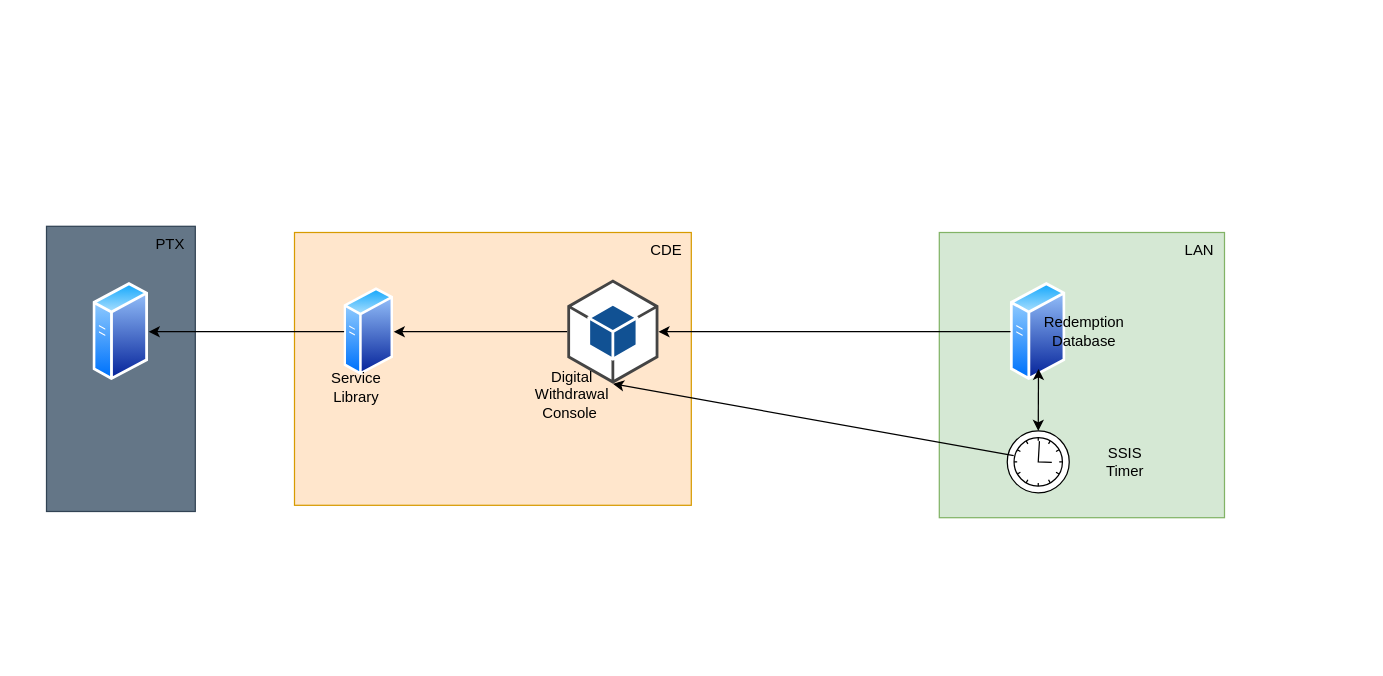
This is DigitalWithdrawalsLowLevelDiagram.drawio from mattwatts36/drawings, a draw.io file, before an edit. Source tidied: cells renumbered, new cells numbered last; positions are measured from the earlier drawing's top-left corner, leaving out a move shared by most shapes. Both pictures are drawn from the tidied source at 124%, with x=0, y=0 at pixel (46, 226).
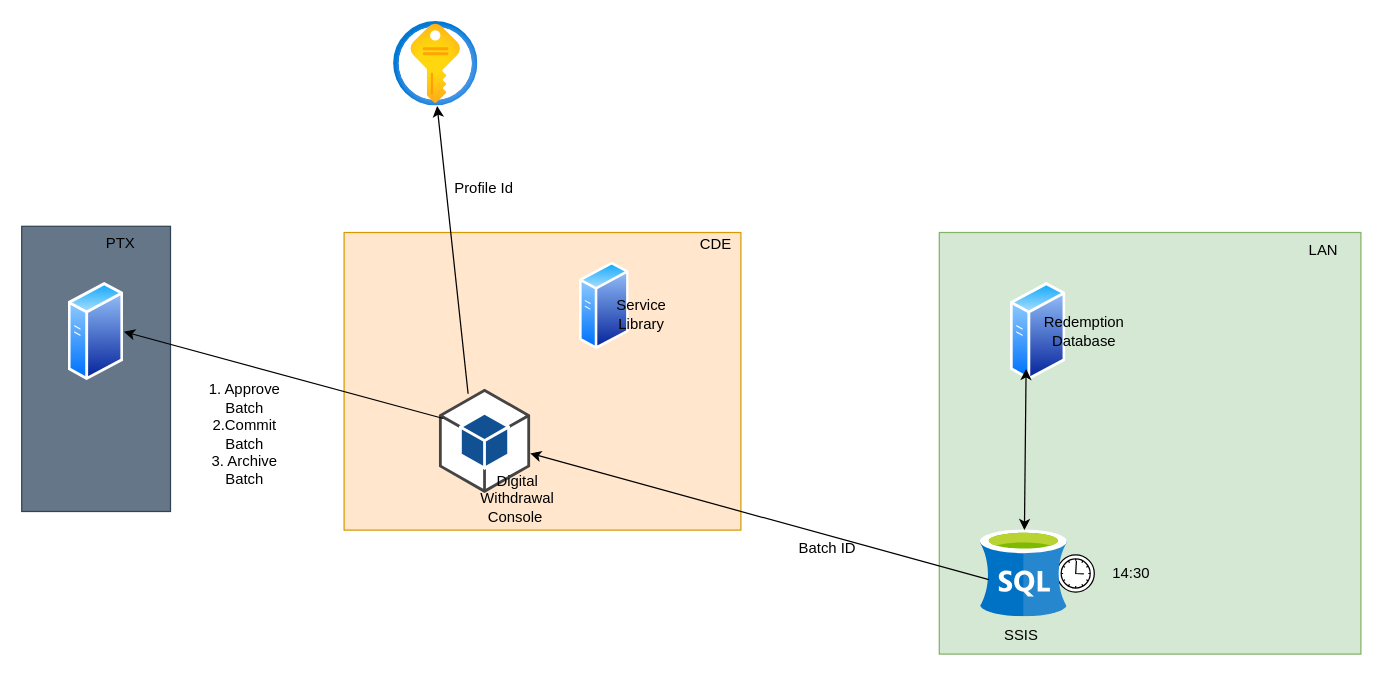
Above is the later version.

Commit message:
Added more text to labels

Unchanged cells that the change refers to:
```xml
<mxCell id="3" style="image;perimeter=ellipsePerimeter;html=1;align=center;shadow=0;dashed=0;spacingTop=3;image=img/lib/active_directory/generic_server.svg;" parent="1" vertex="1">
  <mxGeometry x="777.4" y="45" width="44.8" height="80" as="geometry" />
</mxCell>
```

What changed in the source:
```diff
@@
     <mxCell id="2" style="whiteSpace=wrap;html=1;fillColor=#d5e8d4;strokeColor=#82b366;" parent="1" vertex="1">
-      <mxGeometry x="720" y="5" width="230" height="230" as="geometry" />
+      <mxGeometry x="720" y="5" width="340" height="340" as="geometry" />
     </mxCell>
@@
     <mxCell id="4" style="points=[[0.145,0.145,0],[0.5,0,0],[0.855,0.145,0],[1,0.5,0],[0.855,0.855,0],[0.5,1,0],[0.145,0.855,0],[0,0.5,0]];shape=mxgraph.bpmn.event;html=1;verticalLabelPosition=bottom;labelBackgroundColor=#ffffff;verticalAlign=top;align=center;perimeter=ellipsePerimeter;outlineConnect=0;outline=standard;symbol=timer;" parent="1" vertex="1">
-      <mxGeometry x="774.8" y="165" width="50" height="50" as="geometry" />
+      <mxGeometry x="815" y="265" width="30" height="30" as="geometry" />
     </mxCell>
     <mxCell id="5" style="rounded=0;whiteSpace=wrap;html=1;fillColor=#ffe6cc;strokeColor=#d79b00;" parent="1" vertex="1">
-      <mxGeometry x="200" y="5" width="320" height="220" as="geometry" />
+      <mxGeometry x="240" y="5" width="320" height="240" as="geometry" />
     </mxCell>
     <mxCell id="6" style="image;perimeter=ellipsePerimeter;html=1;align=center;shadow=0;dashed=0;spacingTop=3;image=img/lib/active_directory/generic_server.svg;" parent="1" vertex="1">
-      <mxGeometry x="240" y="49.3" width="40" height="71.4" as="geometry" />
+      <mxGeometry x="430" y="28.6" width="40" height="71.4" as="geometry" />
     </mxCell>
     <mxCell id="7" style="rounded=0;whiteSpace=wrap;html=1;fillColor=#647687;fontColor=#ffffff;strokeColor=#314354;" parent="1" vertex="1">
-      <mxGeometry width="120" height="230" as="geometry" />
+      <mxGeometry x="-20" width="120" height="230" as="geometry" />
     </mxCell>
     <mxCell id="8" style="image;perimeter=ellipsePerimeter;html=1;align=center;shadow=0;dashed=0;spacingTop=3;image=img/lib/active_directory/generic_server.svg;" parent="1" vertex="1">
-      <mxGeometry x="37.6" y="45" width="44.8" height="80" as="geometry" />
+      <mxGeometry x="17.6" y="45" width="44.8" height="80" as="geometry" />
     </mxCell>
-    <mxCell id="9" style="edgeStyle=orthogonalEdgeStyle;rounded=0;jettySize=auto;html=1;" parent="1" edge="1" source="10" target="6">
-      <mxGeometry relative="1" as="geometry" />
-    </mxCell>
     <mxCell id="10" style="outlineConnect=0;dashed=0;verticalLabelPosition=bottom;verticalAlign=top;align=center;html=1;shape=mxgraph.aws3.android;fillColor=#115193;gradientColor=none;" parent="1" vertex="1">
-      <mxGeometry x="420" y="43" width="73.5" height="84" as="geometry" />
+      <mxGeometry x="316.5" y="131" width="73.5" height="84" as="geometry" />
     </mxCell>
-    <mxCell id="11" style="endArrow=classic;html=1;rounded=0;exitX=0;exitY=0.5;exitDx=0;exitDy=0;" parent="1" edge="1" source="3" target="10">
-      <mxGeometry relative="1" as="geometry" />
-    </mxCell>
-    <mxCell id="12" style="endArrow=classic;html=1;rounded=0;" parent="1" edge="1" target="8">
-      <mxGeometry relative="1" as="geometry">
-        <mxPoint x="240" y="85" as="sourcePoint" />
-      </mxGeometry>
-    </mxCell>
     <mxCell id="13" value="LAN" style="text;html=1;strokeColor=none;fillColor=none;align=center;verticalAlign=middle;whiteSpace=wrap;rounded=0;" parent="1" vertex="1">
-      <mxGeometry x="900" y="5" width="60" height="30" as="geometry" />
+      <mxGeometry x="1000" y="5" width="60" height="30" as="geometry" />
     </mxCell>
     <mxCell id="14" value="CDE" style="text;html=1;strokeColor=none;fillColor=none;align=center;verticalAlign=middle;whiteSpace=wrap;rounded=0;" parent="1" vertex="1">
-      <mxGeometry x="470" y="5" width="60" height="30" as="geometry" />
+      <mxGeometry x="510" width="60" height="30" as="geometry" />
     </mxCell>
-    <mxCell id="15" value="SSIS Timer" style="text;html=1;strokeColor=none;fillColor=none;align=center;verticalAlign=middle;whiteSpace=wrap;rounded=0;" parent="1" vertex="1">
-      <mxGeometry x="840" y="175" width="60" height="30" as="geometry" />
+    <mxCell id="15" value="SSIS&amp;nbsp;" style="text;html=1;strokeColor=none;fillColor=none;align=center;verticalAlign=middle;whiteSpace=wrap;rounded=0;" parent="1" vertex="1">
+      <mxGeometry x="758.3" y="315" width="60" height="30" as="geometry" />
     </mxCell>
     <mxCell id="16" value="PTX" style="text;html=1;strokeColor=none;fillColor=none;align=center;verticalAlign=middle;whiteSpace=wrap;rounded=0;" parent="1" vertex="1">
-      <mxGeometry x="70" width="60" height="30" as="geometry" />
+      <mxGeometry x="30" y="-1.4" width="60" height="30" as="geometry" />
     </mxCell>
-    <mxCell id="17" style="endArrow=classic;startArrow=classic;html=1;rounded=0;exitX=0.5;exitY=0;exitDx=0;exitDy=0;exitPerimeter=0;" parent="1" edge="1" source="4">
-      <mxGeometry relative="1" as="geometry">
-        <mxPoint x="800" y="115" as="targetPoint" />
-      </mxGeometry>
-    </mxCell>
-    <mxCell id="18" style="endArrow=classic;html=1;rounded=0;entryX=0.5;entryY=1;entryDx=0;entryDy=0;entryPerimeter=0;" parent="1" edge="1" target="10">
-      <mxGeometry relative="1" as="geometry">
-        <mxPoint x="780" y="185" as="sourcePoint" />
-      </mxGeometry>
-    </mxCell>
     <mxCell id="19" value="Service Library" style="text;html=1;strokeColor=none;fillColor=none;align=center;verticalAlign=middle;whiteSpace=wrap;rounded=0;" parent="1" vertex="1">
-      <mxGeometry x="220" y="115" width="60" height="30" as="geometry" />
+      <mxGeometry x="450" y="56.4" width="60" height="30" as="geometry" />
     </mxCell>
@@
     <mxCell id="21" value="Digital Withdrawal Console&amp;nbsp;" style="text;html=1;strokeColor=none;fillColor=none;align=center;verticalAlign=middle;whiteSpace=wrap;rounded=0;" parent="1" vertex="1">
-      <mxGeometry x="394" y="120.7" width="60" height="30" as="geometry" />
+      <mxGeometry x="350" y="205" width="60" height="30" as="geometry" />
     </mxCell>
+    <mxCell id="22" style="image;sketch=0;html=1;points=[];align=center;fontSize=12;image=img/lib/mscae/dep/SQL_Server_Stretch_DB.svg;" parent="1" vertex="1">
+      <mxGeometry x="753.3" y="245" width="70" height="70" as="geometry" />
+    </mxCell>
+    <mxCell id="23" style="endArrow=classic;startArrow=classic;html=1;rounded=0;" parent="1" edge="1" source="22">
+      <mxGeometry relative="1" as="geometry">
+        <mxPoint x="790" y="115" as="targetPoint" />
+      </mxGeometry>
+    </mxCell>
+    <mxCell id="24" style="endArrow=classic;html=1;rounded=0;" parent="1" edge="1" target="10">
+      <mxGeometry relative="1" as="geometry">
+        <mxPoint x="760" y="285" as="sourcePoint" />
+      </mxGeometry>
+    </mxCell>
+    <mxCell id="25" value="Batch ID" style="text;html=1;strokeColor=none;fillColor=none;align=center;verticalAlign=middle;whiteSpace=wrap;rounded=0;" parent="1" vertex="1">
+      <mxGeometry x="600" y="245" width="60" height="30" as="geometry" />
+    </mxCell>
+    <mxCell id="26" style="image;html=1;points=[];align=center;fontSize=12;image=img/lib/azure2/security/Key_Vaults.svg;" parent="1" vertex="1">
+      <mxGeometry x="280" y="-165" width="68" height="68" as="geometry" />
+    </mxCell>
+    <mxCell id="27" value="Profile Id" style="text;html=1;strokeColor=none;fillColor=none;align=center;verticalAlign=middle;whiteSpace=wrap;rounded=0;" parent="1" vertex="1">
+      <mxGeometry x="323.2" y="-45" width="60" height="30" as="geometry" />
+    </mxCell>
+    <mxCell id="28" value="14:30" style="text;html=1;strokeColor=none;fillColor=none;align=center;verticalAlign=middle;whiteSpace=wrap;rounded=0;" parent="1" vertex="1">
+      <mxGeometry x="845" y="265" width="60" height="30" as="geometry" />
+    </mxCell>
+    <mxCell id="29" style="endArrow=classic;html=1;rounded=0;entryX=1;entryY=0.5;entryDx=0;entryDy=0;" parent="1" edge="1" target="8">
+      <mxGeometry relative="1" as="geometry">
+        <mxPoint x="320" y="155" as="sourcePoint" />
+      </mxGeometry>
+    </mxCell>
+    <mxCell id="30" style="endArrow=classic;html=1;rounded=0;entryX=0.515;entryY=1;entryDx=0;entryDy=0;entryPerimeter=0;" parent="1" edge="1" target="26">
+      <mxGeometry relative="1" as="geometry">
+        <mxPoint x="340" y="135" as="sourcePoint" />
+      </mxGeometry>
+    </mxCell>
+    <mxCell id="31" value="1. Approve Batch&lt;br&gt;2.Commit Batch&lt;br&gt;3. Archive Batch" style="text;html=1;strokeColor=none;fillColor=none;align=center;verticalAlign=middle;whiteSpace=wrap;rounded=0;" parent="1" vertex="1">
+      <mxGeometry x="130" y="121" width="60" height="94" as="geometry" />
+    </mxCell>
```
